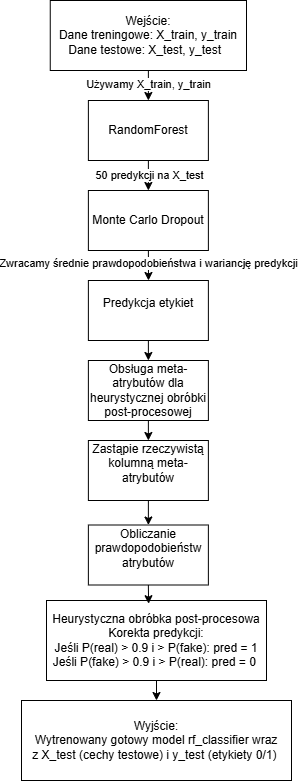
Earlier version of the draw.io export img/diagrams/metoda7.drawio.png (Foxxich/thesis). Source tidied: cells renumbered, new cells last; positions are measured from the earlier drawing's top-left corner, leaving out a move shared by most shapes.
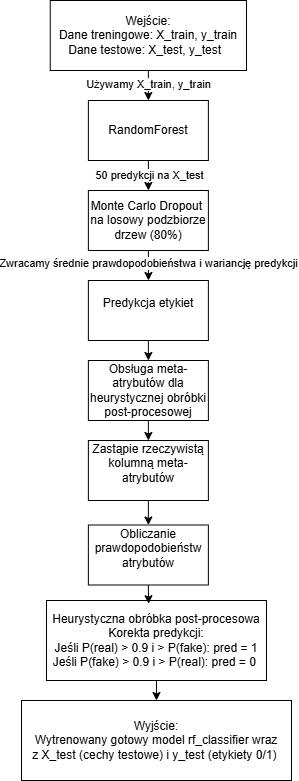
After the change.

The edit, as a diff of the source:
```diff
@@ -14,7 +14,7 @@
     <mxCell id="5" value="Używamy&amp;nbsp;&lt;span style=&quot;color: light-dark(rgb(0, 0, 0), rgb(255, 255, 255)); background-color: light-dark(#ffffff, var(--ge-dark-color, #121212));&quot;&gt;X_train, y_train&lt;/span&gt;" style="edgeLabel;html=1;align=center;verticalAlign=middle;" parent="4" vertex="1">
       <mxGeometry x="-0.12" relative="1" as="geometry" />
     </mxCell>
-    <mxCell id="6" value="&lt;div&gt;Monte Carlo Dropout&lt;/div&gt;" style="rounded=0;whiteSpace=wrap;html=1;" parent="1" vertex="1">
+    <mxCell id="6" value="&lt;div&gt;Monte Carlo Dropout&amp;nbsp;&lt;/div&gt;&lt;div&gt;na l&lt;span style=&quot;background-color: transparent; color: light-dark(rgb(0, 0, 0), rgb(255, 255, 255));&quot;&gt;osowy podzbiorze drzew (80%)&lt;/span&gt;&lt;/div&gt;" style="rounded=0;whiteSpace=wrap;html=1;" parent="1" vertex="1">
       <mxGeometry x="66.9" y="190" width="120" height="60" as="geometry" />
     </mxCell>
     <mxCell id="7" style="endArrow=classic;html=1;rounded=0;exitX=0.5;exitY=1;exitDx=0;exitDy=0;" parent="1" edge="1" source="3" target="6">
```
